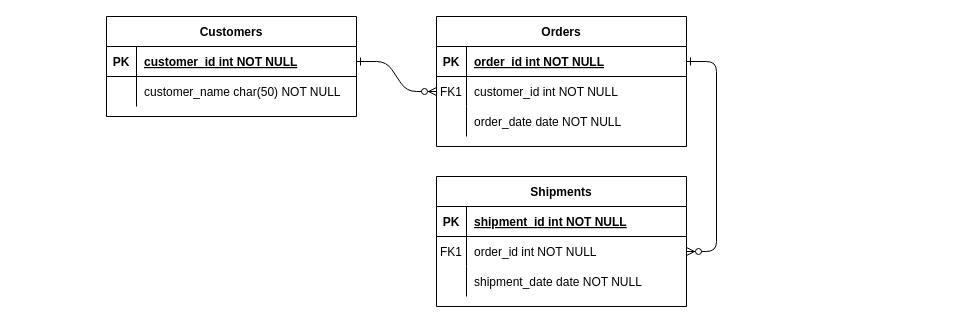
Vinceto/Diagramas keeps this draw.io diagram as D11_fisico.drawio. Above is the earlier version. Source tidied: cells renumbered, new cells numbered last; positions are measured from the earlier drawing's top-left corner, leaving out a move shared by most shapes. Both pictures are drawn from the tidied source at 100%, with x=0, y=0 at pixel (106, 16).
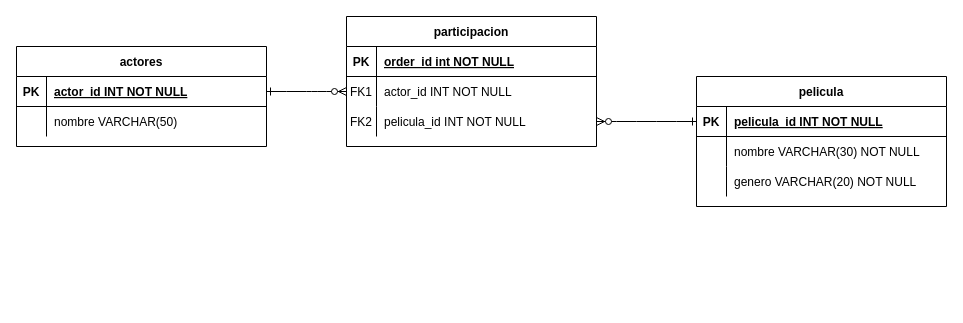
Above is the later version.

Unchanged cells that the change refers to:
```xml
<mxCell id="5" style="shape=partialRectangle;fillColor=none;points=[[0,0.5],[1,0.5]];portConstraint=eastwest;top=0;left=0;right=0;bottom=1;" parent="4" vertex="1">
  <mxGeometry y="30" width="250" height="30" as="geometry" />
</mxCell>
<mxCell id="8" style="shape=partialRectangle;fillColor=none;points=[[0,0.5],[1,0.5]];portConstraint=eastwest;top=0;left=0;right=0;bottom=0;" parent="4" vertex="1">
  <mxGeometry y="60" width="250" height="30" as="geometry" />
</mxCell>
<mxCell id="11" style="shape=partialRectangle;fillColor=none;points=[[0,0.5],[1,0.5]];portConstraint=eastwest;top=0;left=0;right=0;bottom=0;" parent="4" vertex="1">
  <mxGeometry y="90" width="250" height="30" as="geometry" />
</mxCell>
<mxCell id="15" style="shape=partialRectangle;fillColor=none;points=[[0,0.5],[1,0.5]];portConstraint=eastwest;top=0;left=0;right=0;bottom=1;" parent="14" vertex="1">
  <mxGeometry y="30" width="250" height="30" as="geometry" />
</mxCell>
<mxCell id="18" style="shape=partialRectangle;fillColor=none;points=[[0,0.5],[1,0.5]];portConstraint=eastwest;top=0;left=0;right=0;bottom=0;" parent="14" vertex="1">
  <mxGeometry y="60" width="250" height="30" as="geometry" />
</mxCell>
<mxCell id="21" style="shape=partialRectangle;fillColor=none;top=0;left=0;right=0;bottom=0;" parent="14" vertex="1">
  <mxGeometry y="90" width="250" height="30" as="geometry" />
</mxCell>
<mxCell id="25" style="shape=partialRectangle;fillColor=none;points=[[0,0.5],[1,0.5]];portConstraint=eastwest;top=0;left=0;right=0;bottom=1;" parent="24" vertex="1">
  <mxGeometry y="30" width="250" height="30" as="geometry" />
</mxCell>
<mxCell id="28" style="shape=partialRectangle;fillColor=none;top=0;left=0;right=0;bottom=0;" parent="24" vertex="1">
  <mxGeometry y="60" width="250" height="30" as="geometry" />
</mxCell>
```

The edit, as a diff of the source:
```diff
@@
-    <mxCell id="3" style="edgeStyle=entityRelationEdgeStyle;endArrow=ERzeroToMany;startArrow=ERone;endFill=1;startFill=0;" parent="1" edge="1" source="5" target="18">
-      <mxGeometry relative="1" as="geometry" />
-    </mxCell>
-    <mxCell id="4" value="Orders" style="shape=table;startSize=30;childLayout=tableLayout;rowLines=0;fontStyle=1;align=center;" parent="1" vertex="1">
-      <mxGeometry x="330" width="250" height="130" as="geometry" />
+    <mxCell id="4" value="participacion" style="shape=table;startSize=30;childLayout=tableLayout;rowLines=0;fontStyle=1;align=center;" parent="1" vertex="1">
+      <mxGeometry x="240" width="250" height="130" as="geometry" />
     </mxCell>
@@
-    <mxCell id="10" value="customer_id int NOT NULL" style="shape=partialRectangle;overflow=hidden;fillColor=none;top=0;left=0;bottom=0;right=0;align=left;spacingLeft=6;" parent="8" vertex="1">
+    <mxCell id="10" value="actor_id INT NOT NULL" style="shape=partialRectangle;overflow=hidden;fillColor=none;top=0;left=0;bottom=0;right=0;align=left;spacingLeft=6;" parent="8" vertex="1">
       <mxGeometry x="30" width="220" height="30" as="geometry" />
     </mxCell>
@@
-    <mxCell id="12" style="shape=partialRectangle;overflow=hidden;fillColor=none;top=0;left=0;bottom=0;right=0;" parent="11" vertex="1">
+    <mxCell id="12" value="FK2" style="shape=partialRectangle;overflow=hidden;fillColor=none;top=0;left=0;bottom=0;right=0;" parent="11" vertex="1">
       <mxGeometry width="30" height="30" as="geometry" />
     </mxCell>
-    <mxCell id="13" value="order_date date NOT NULL" style="shape=partialRectangle;overflow=hidden;fillColor=none;top=0;left=0;bottom=0;right=0;align=left;spacingLeft=6;" parent="11" vertex="1">
+    <mxCell id="13" value="pelicula_id INT NOT NULL" style="shape=partialRectangle;overflow=hidden;fillColor=none;top=0;left=0;bottom=0;right=0;align=left;spacingLeft=6;" parent="11" vertex="1">
       <mxGeometry x="30" width="220" height="30" as="geometry" />
     </mxCell>
-    <mxCell id="14" value="Shipments" style="shape=table;startSize=30;childLayout=tableLayout;rowLines=0;fontStyle=1;align=center;" parent="1" vertex="1">
-      <mxGeometry x="330" y="160" width="250" height="130" as="geometry" />
+    <mxCell id="14" value="pelicula" style="shape=table;startSize=30;childLayout=tableLayout;rowLines=0;fontStyle=1;align=center;" parent="1" vertex="1">
+      <mxGeometry x="590" y="60" width="250" height="130" as="geometry" />
     </mxCell>
@@
-    <mxCell id="17" value="shipment_id int NOT NULL " style="shape=partialRectangle;overflow=hidden;fillColor=none;top=0;left=0;bottom=0;right=0;align=left;spacingLeft=6;fontStyle=5;" parent="15" vertex="1">
+    <mxCell id="17" value="pelicula_id INT NOT NULL " style="shape=partialRectangle;overflow=hidden;fillColor=none;top=0;left=0;bottom=0;right=0;align=left;spacingLeft=6;fontStyle=5;" parent="15" vertex="1">
       <mxGeometry x="30" width="220" height="30" as="geometry" />
     </mxCell>
@@
-    <mxCell id="19" value="FK1" style="shape=partialRectangle;overflow=hidden;fillColor=none;top=0;left=0;bottom=0;right=0;" parent="18" vertex="1">
+    <mxCell id="19" style="shape=partialRectangle;overflow=hidden;fillColor=none;top=0;left=0;bottom=0;right=0;" parent="18" vertex="1">
       <mxGeometry width="30" height="30" as="geometry" />
     </mxCell>
-    <mxCell id="20" value="order_id int NOT NULL" style="shape=partialRectangle;overflow=hidden;fillColor=none;top=0;left=0;bottom=0;right=0;align=left;spacingLeft=6;" parent="18" vertex="1">
+    <mxCell id="20" value="nombre VARCHAR(30) NOT NULL" style="shape=partialRectangle;overflow=hidden;fillColor=none;top=0;left=0;bottom=0;right=0;align=left;spacingLeft=6;" parent="18" vertex="1">
       <mxGeometry x="30" width="220" height="30" as="geometry" />
     </mxCell>
@@
-    <mxCell id="23" value="shipment_date date NOT NULL" style="shape=partialRectangle;overflow=hidden;fillColor=none;top=0;left=0;bottom=0;right=0;align=left;spacingLeft=6;" parent="21" vertex="1">
+    <mxCell id="23" value="genero VARCHAR(20) NOT NULL" style="shape=partialRectangle;overflow=hidden;fillColor=none;top=0;left=0;bottom=0;right=0;align=left;spacingLeft=6;" parent="21" vertex="1">
       <mxGeometry x="30" width="220" height="30" as="geometry" />
     </mxCell>
-    <mxCell id="24" value="Customers" style="shape=table;startSize=30;childLayout=tableLayout;rowLines=0;fontStyle=1;align=center;" parent="1" vertex="1">
-      <mxGeometry width="250" height="100" as="geometry" />
+    <mxCell id="24" value="actores" style="shape=table;startSize=30;childLayout=tableLayout;rowLines=0;fontStyle=1;align=center;" parent="1" vertex="1">
+      <mxGeometry x="-90" y="30" width="250" height="100" as="geometry" />
     </mxCell>
@@
-    <mxCell id="27" value="customer_id int NOT NULL " style="shape=partialRectangle;overflow=hidden;fillColor=none;top=0;left=0;bottom=0;right=0;align=left;spacingLeft=6;fontStyle=5;" parent="25" vertex="1">
+    <mxCell id="27" value="actor_id INT NOT NULL" style="shape=partialRectangle;overflow=hidden;fillColor=none;top=0;left=0;bottom=0;right=0;align=left;spacingLeft=6;fontStyle=5;" parent="25" vertex="1">
       <mxGeometry x="30" width="220" height="30" as="geometry" />
     </mxCell>
@@
-    <mxCell id="30" value="customer_name char(50) NOT NULL" style="shape=partialRectangle;overflow=hidden;fillColor=none;top=0;left=0;bottom=0;right=0;align=left;spacingLeft=6;" parent="28" vertex="1">
+    <mxCell id="30" value="nombre VARCHAR(50)" style="shape=partialRectangle;overflow=hidden;fillColor=none;top=0;left=0;bottom=0;right=0;align=left;spacingLeft=6;" parent="28" vertex="1">
       <mxGeometry x="30" width="220" height="30" as="geometry" />
     </mxCell>
+    <mxCell id="3" style="edgeStyle=entityRelationEdgeStyle;endArrow=ERzeroToMany;startArrow=ERone;endFill=1;startFill=0;exitX=0;exitY=0.5;exitDx=0;exitDy=0;" parent="1" edge="1" source="15" target="11">
+      <mxGeometry relative="1" as="geometry" />
+    </mxCell>
```
